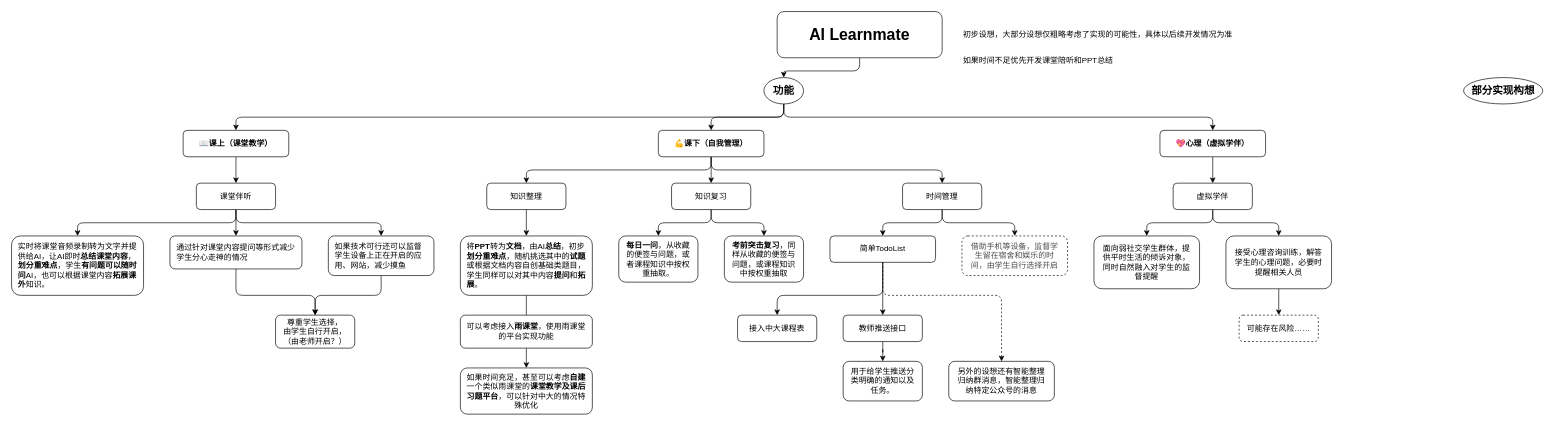
The draw.io diagram Project/idea.drawio in Woisol/AI-Edupartner, before the edit. Source tidied: cells renumbered, new cells numbered last; positions are measured from the earlier drawing's top-left corner, leaving out a move shared by most shapes. Both pictures are drawn from the tidied source at 66%, with x=0, y=0 at pixel (11, 11).
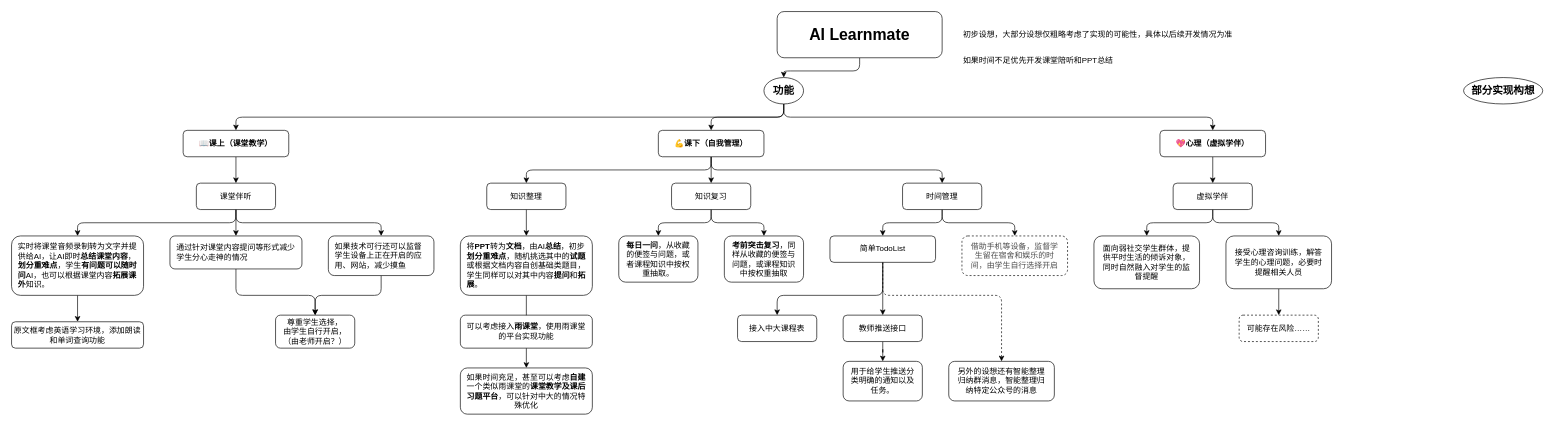
The same page after the edit.

Unchanged cells that the change refers to:
```xml
<mxCell id="19" value="实时将课堂音频录制转为文字并提供给AI，让AI即时&lt;b&gt;总结课堂内容&lt;/b&gt;，&lt;b&gt;划分重难点&lt;/b&gt;，学生&lt;b&gt;有问题可以随时问&lt;/b&gt;AI，也可以根据课堂内容&lt;b&gt;拓展课外&lt;/b&gt;知识。" style="rounded=1;whiteSpace=wrap;html=1;spacing=10;align=left;" parent="1" vertex="1">
  <mxGeometry y="340" width="200" height="90" as="geometry" />
</mxCell>
```

Change to the diagram source:
```diff
@@
+    <mxCell id="60" style="edgeStyle=none;html=1;" parent="1" edge="1" source="19" target="61">
+      <mxGeometry relative="1" as="geometry" />
+    </mxCell>
@@
+    <mxCell id="61" value="原文框考虑英语学习环境，添加朗读和单词查询功能" style="rounded=1;whiteSpace=wrap;html=1;" parent="1" vertex="1">
+      <mxGeometry y="470" width="200" height="40" as="geometry" />
+    </mxCell>
```
